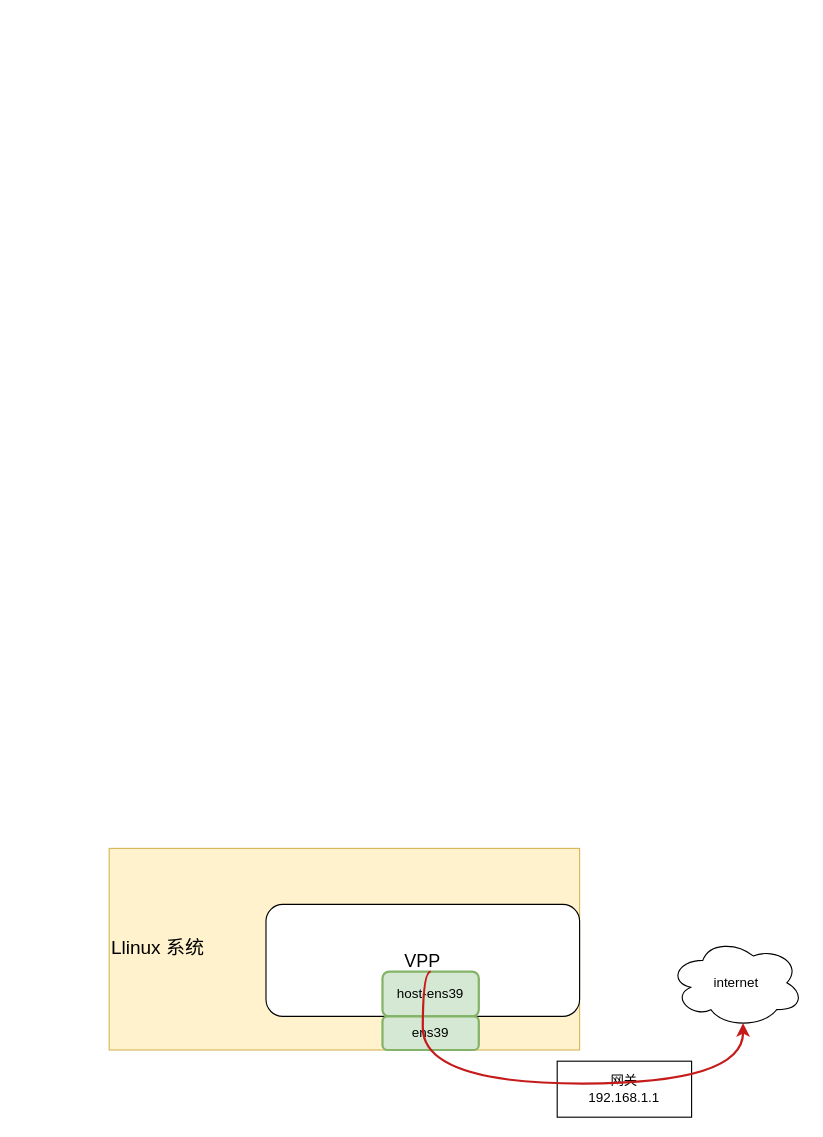
This is new_map/AF_PACKET.drawio from jin13417/dpdk-vpp-learning, a draw.io file, before an edit. Source tidied: cells renumbered, new cells numbered last; positions are measured from the earlier drawing's top-left corner, leaving out a move shared by most shapes. Both pictures are drawn from the tidied source at 112%, with x=0, y=0 at pixel (109, 848).
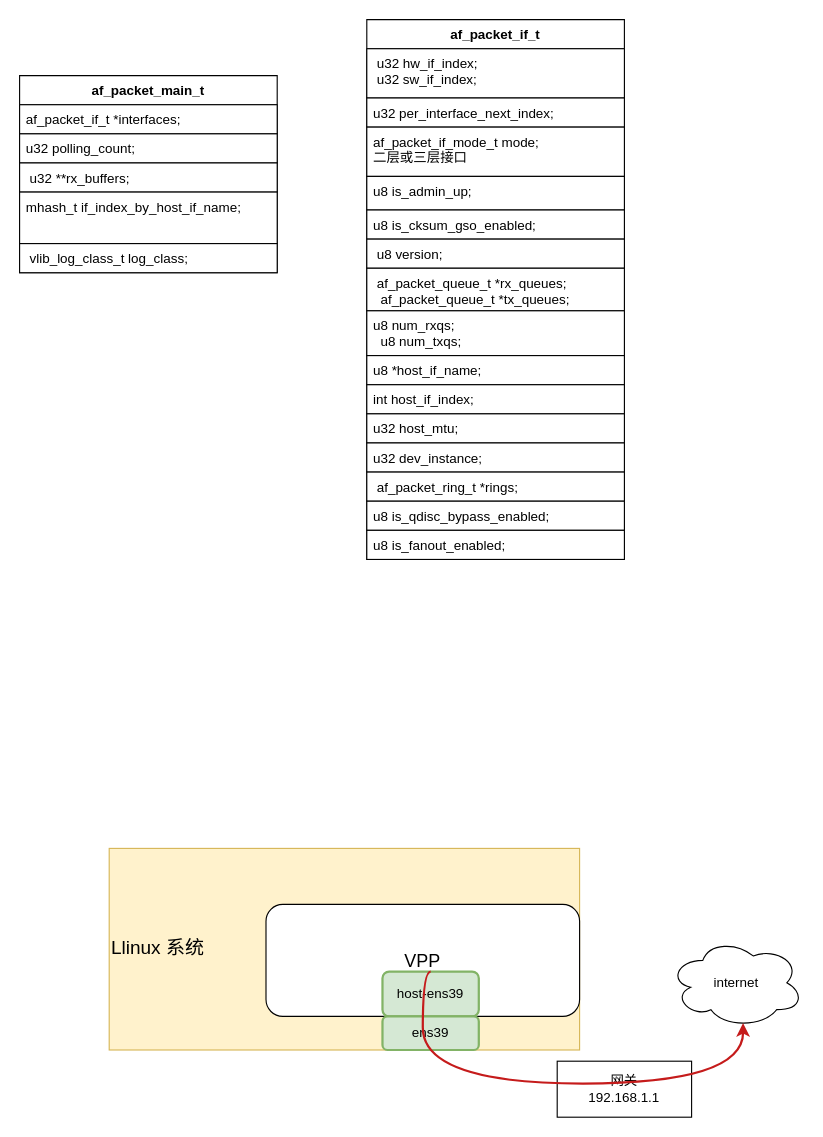
The same page after the edit.

Change to the diagram source:
```diff
@@
+    <mxCell id="9" value="af_packet_main_t" style="swimlane;fontStyle=1;align=center;verticalAlign=top;horizontal=1;startSize=26;whiteSpace=wrap;html=1;" parent="1" vertex="1">
+      <mxGeometry x="-80" y="-690" width="230" height="176" as="geometry" />
+    </mxCell>
+    <mxCell id="10" value="af_packet_if_t *interfaces;" style="text;strokeColor=default;fillColor=default;align=left;verticalAlign=top;spacingLeft=4;spacingRight=4;overflow=hidden;whiteSpace=wrap;html=1;" parent="9" vertex="1">
+      <mxGeometry y="26" width="230" height="26" as="geometry" />
+    </mxCell>
+    <mxCell id="11" value="u32 polling_count;" style="text;strokeColor=default;fillColor=default;align=left;verticalAlign=top;spacingLeft=4;spacingRight=4;overflow=hidden;whiteSpace=wrap;html=1;" parent="9" vertex="1">
+      <mxGeometry y="52" width="230" height="26" as="geometry" />
+    </mxCell>
+    <mxCell id="12" value="&amp;nbsp;u32 **rx_buffers;" style="text;strokeColor=default;fillColor=default;align=left;verticalAlign=top;spacingLeft=4;spacingRight=4;overflow=hidden;whiteSpace=wrap;html=1;" parent="9" vertex="1">
+      <mxGeometry y="78" width="230" height="26" as="geometry" />
+    </mxCell>
+    <mxCell id="13" value="mhash_t if_index_by_host_if_name;" style="text;strokeColor=default;fillColor=default;align=left;verticalAlign=top;spacingLeft=4;spacingRight=4;overflow=hidden;whiteSpace=wrap;html=1;" parent="9" vertex="1">
+      <mxGeometry y="104" width="230" height="46" as="geometry" />
+    </mxCell>
+    <mxCell id="14" value="&amp;nbsp;vlib_log_class_t log_class;" style="text;strokeColor=default;fillColor=default;align=left;verticalAlign=top;spacingLeft=4;spacingRight=4;overflow=hidden;whiteSpace=wrap;html=1;" parent="9" vertex="1">
+      <mxGeometry y="150" width="230" height="26" as="geometry" />
+    </mxCell>
+    <mxCell id="15" value="af_packet_if_t" style="swimlane;fontStyle=1;align=center;verticalAlign=top;horizontal=1;startSize=26;whiteSpace=wrap;html=1;" parent="1" vertex="1">
+      <mxGeometry x="230" y="-740" width="230" height="482" as="geometry" />
+    </mxCell>
+    <mxCell id="16" value="&lt;div&gt;&amp;nbsp;u32 hw_if_index;&lt;/div&gt;&lt;div&gt;&amp;nbsp;u32 sw_if_index;&lt;/div&gt;" style="text;strokeColor=default;fillColor=default;align=left;verticalAlign=top;spacingLeft=4;spacingRight=4;overflow=hidden;whiteSpace=wrap;html=1;" parent="15" vertex="1">
+      <mxGeometry y="26" width="230" height="44" as="geometry" />
+    </mxCell>
+    <mxCell id="17" value="u32 per_interface_next_index;" style="text;strokeColor=default;fillColor=default;align=left;verticalAlign=top;spacingLeft=4;spacingRight=4;overflow=hidden;whiteSpace=wrap;html=1;" parent="15" vertex="1">
+      <mxGeometry y="70" width="230" height="26" as="geometry" />
+    </mxCell>
+    <mxCell id="18" value="af_packet_if_mode_t mode;&amp;nbsp;&lt;br&gt;二层或三层接口&amp;nbsp;" style="text;strokeColor=default;fillColor=default;align=left;verticalAlign=top;spacingLeft=4;spacingRight=4;overflow=hidden;whiteSpace=wrap;html=1;" parent="15" vertex="1">
+      <mxGeometry y="96" width="230" height="44" as="geometry" />
+    </mxCell>
+    <mxCell id="19" value="u8 is_admin_up;" style="text;strokeColor=default;fillColor=default;align=left;verticalAlign=top;spacingLeft=4;spacingRight=4;overflow=hidden;whiteSpace=wrap;html=1;" parent="15" vertex="1">
+      <mxGeometry y="140" width="230" height="30" as="geometry" />
+    </mxCell>
+    <mxCell id="20" value="u8 is_cksum_gso_enabled;" style="text;strokeColor=default;fillColor=default;align=left;verticalAlign=top;spacingLeft=4;spacingRight=4;overflow=hidden;whiteSpace=wrap;html=1;" parent="15" vertex="1">
+      <mxGeometry y="170" width="230" height="26" as="geometry" />
+    </mxCell>
+    <mxCell id="21" value="&amp;nbsp;u8 version;" style="text;strokeColor=default;fillColor=default;align=left;verticalAlign=top;spacingLeft=4;spacingRight=4;overflow=hidden;whiteSpace=wrap;html=1;" parent="15" vertex="1">
+      <mxGeometry y="196" width="230" height="26" as="geometry" />
+    </mxCell>
+    <mxCell id="22" value="&lt;div&gt;&amp;nbsp;af_packet_queue_t *rx_queues;&lt;/div&gt;&lt;div&gt;&amp;nbsp; af_packet_queue_t *tx_queues;&lt;/div&gt;" style="text;strokeColor=default;fillColor=default;align=left;verticalAlign=top;spacingLeft=4;spacingRight=4;overflow=hidden;whiteSpace=wrap;html=1;" parent="15" vertex="1">
+      <mxGeometry y="222" width="230" height="38" as="geometry" />
+    </mxCell>
+    <mxCell id="23" value="&lt;div&gt;u8 num_rxqs;&lt;/div&gt;&lt;div&gt;&amp;nbsp; u8 num_txqs;&lt;/div&gt;" style="text;strokeColor=default;fillColor=default;align=left;verticalAlign=top;spacingLeft=4;spacingRight=4;overflow=hidden;whiteSpace=wrap;html=1;" parent="15" vertex="1">
+      <mxGeometry y="260" width="230" height="40" as="geometry" />
+    </mxCell>
+    <mxCell id="24" value="u8 *host_if_name;" style="text;strokeColor=default;fillColor=default;align=left;verticalAlign=top;spacingLeft=4;spacingRight=4;overflow=hidden;whiteSpace=wrap;html=1;" parent="15" vertex="1">
+      <mxGeometry y="300" width="230" height="26" as="geometry" />
+    </mxCell>
+    <mxCell id="25" value="int host_if_index;" style="text;strokeColor=default;fillColor=default;align=left;verticalAlign=top;spacingLeft=4;spacingRight=4;overflow=hidden;whiteSpace=wrap;html=1;" parent="15" vertex="1">
+      <mxGeometry y="326" width="230" height="26" as="geometry" />
+    </mxCell>
+    <mxCell id="26" value="u32 host_mtu;" style="text;strokeColor=default;fillColor=default;align=left;verticalAlign=top;spacingLeft=4;spacingRight=4;overflow=hidden;whiteSpace=wrap;html=1;" parent="15" vertex="1">
+      <mxGeometry y="352" width="230" height="26" as="geometry" />
+    </mxCell>
+    <mxCell id="27" value="u32 dev_instance;" style="text;strokeColor=default;fillColor=default;align=left;verticalAlign=top;spacingLeft=4;spacingRight=4;overflow=hidden;whiteSpace=wrap;html=1;" parent="15" vertex="1">
+      <mxGeometry y="378" width="230" height="26" as="geometry" />
+    </mxCell>
+    <mxCell id="28" value="&amp;nbsp;af_packet_ring_t *rings;" style="text;strokeColor=default;fillColor=default;align=left;verticalAlign=top;spacingLeft=4;spacingRight=4;overflow=hidden;whiteSpace=wrap;html=1;" parent="15" vertex="1">
+      <mxGeometry y="404" width="230" height="26" as="geometry" />
+    </mxCell>
+    <mxCell id="29" value="u8 is_qdisc_bypass_enabled;" style="text;strokeColor=default;fillColor=default;align=left;verticalAlign=top;spacingLeft=4;spacingRight=4;overflow=hidden;whiteSpace=wrap;html=1;" parent="15" vertex="1">
+      <mxGeometry y="430" width="230" height="26" as="geometry" />
+    </mxCell>
+    <mxCell id="30" value="u8 is_fanout_enabled;" style="text;strokeColor=default;fillColor=default;align=left;verticalAlign=top;spacingLeft=4;spacingRight=4;overflow=hidden;whiteSpace=wrap;html=1;" parent="15" vertex="1">
+      <mxGeometry y="456" width="230" height="26" as="geometry" />
+    </mxCell>
```
